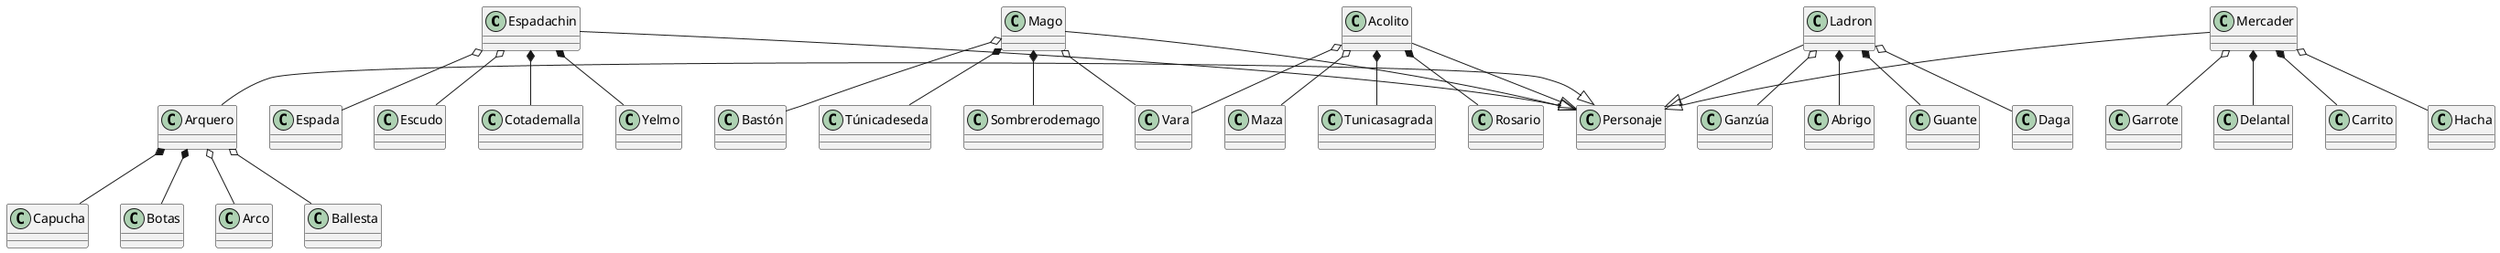
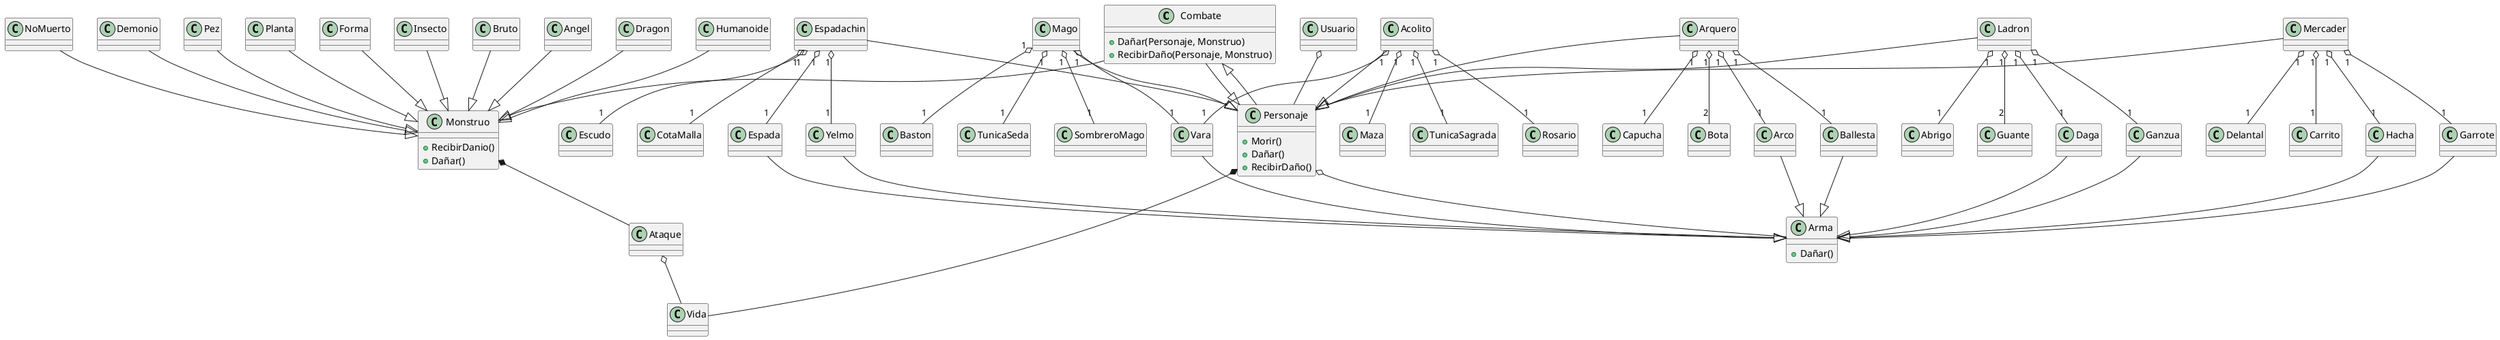
- /*class Pacman
- class Fantasma
- class Fruta
- class Personaje
+ @startuml

- Pacman --|> Personaje
+ class Combate {
+   +Dañar(Personaje, Monstruo)
+   +RecibirDaño(Personaje, Monstruo)
+ }

- Tarea 1 practica 2
+ Combate --|> Personaje
+ Combate --|> Monstruo

- @startuml
+ class Usuario
+ 
+ class Personaje {
+   +Morir()
+   +Dañar()
+   +RecibirDaño()
+ }
+ 
+ Personaje --|> Combate
+ Personaje *-- Vida
+ Ataque o-- Vida
+ 
class Espadachin
class Mago
class Arquero
class Ladron
class Acolito
class Mercader

+ 
+ class Monstruo {
+   +RecibirDanio()
+   +Dañar()
+ }
+ 
+ 
+ class NoMuerto
+ class Demonio
+ class Pez
+ class Planta
+ class Forma
+ class Insecto
+ class Bruto
+ class Angel
+ class Dragon
+ class Humanoide
+ 
+ Monstruo *-- Ataque
+ Class Ataque
+ 
+ NoMuerto --|> Monstruo
+ Demonio --|> Monstruo
+ Pez --|> Monstruo
+ Planta --|> Monstruo
+ Forma --|> Monstruo
+ Insecto --|> Monstruo
+ Bruto --|> Monstruo
+ Angel --|> Monstruo
+ Dragon --|> Monstruo
+ Humanoide --|> Monstruo
+ 
+ class Arma
+ Espada --|> Arma
+ Yelmo --|> Arma
+ Vara --|> Arma
+ Arco --|> Arma
+ Ballesta --|> Arma
+ Daga --|> Arma
+ Ganzua --|> Arma
+ Hacha --|> Arma
+ Garrote --|> Arma
+ 
+ class Arma {
+     + Dañar()
+ }
+ 
+ class Espada
+ class Escudo
+ class CotaMalla
+ class Yelmo
+ 
+ class TunicaSeda
+ class SombreroMago
+ class Baston
+ class Vara
+ 
+ class Capucha
+ class Bota
+ class Arco
+ class Ballesta
+ 
+ class Abrigo
+ class Guante
+ class Daga
+ class Ganzua
+ 
+ class TunicaSagrada
+ class Rosario
+ class Maza
+ 
+ class Delantal
+ class Carrito
+ class Hacha
+ class Garrote
+ 
+ 
+ Usuario o-- Personaje
+ 
+ Personaje o-- Arma
+ 
Espadachin --|> Personaje
- Espadachin *-- Cotademalla
- Espadachin *-- Yelmo
- Espadachin o-- Espada
- Espadachin o-- Escudo
+ Mago --|> Personaje
+ Arquero --|> Personaje
+ Ladron --|> Personaje
+ Acolito --|> Personaje
+ Mercader --|> Personaje

- Mago --|> Personaje
- Mago *-- Túnicadeseda
- Mago *-- Sombrerodemago
- Mago o-- Bastón
- Mago o-- Vara
+ Espadachin "1" o-- "1" CotaMalla
+ Espadachin "1" o-- "1" Yelmo
+ Espadachin "1" o-- "1" Espada
+ Espadachin "1" o-- "1" Escudo

- Arquero -|> Personaje
- Arquero *-- Capucha
- Arquero *-- Botas
- Arquero o-- Arco
- Arquero o-- Ballesta
+ Mago "1" o-- "1" TunicaSeda
+ Mago "1" o-- "1" SombreroMago
+ Mago "1" o-- "1" Baston
+ Mago "1" o-- "1" Vara

- Ladron --|> Personaje
- Ladron *-- Abrigo
- Ladron *-- Guante
- Ladron o-- Daga
- Ladron o-- Ganzúa
+ Arquero "1" o-- "1" Capucha
+ Arquero "1" o-- "2" Bota
+ Arquero "1" o-- "1" Arco
+ Arquero "1" o-- "1" Ballesta

- Acolito --|> Personaje
- Acolito *-- Tunicasagrada
- Acolito *-- Rosario
- Acolito o-- Maza
- Acolito o-- Vara
+ Ladron "1" o-- "1" Abrigo
+ Ladron "1" o-- "2" Guante
+ Ladron "1" o-- "1" Daga
+ Ladron "1" o-- "1" Ganzua

- Mercader --|> Personaje
- Mercader *-- Delantal
- Mercader *-- Carrito
- Mercader o-- Hacha
- Mercader o-- Garrote
- @enduml+ Acolito "1" o-- "1" TunicaSagrada
+ Acolito "1" o-- "1" Rosario
+ Acolito "1" o-- "1" Maza
+ Acolito "1" o-- "1" Vara
+ 
+ Mercader "1" o-- "1" Delantal
+ Mercader "1" o-- "1" Carrito
+ Mercader "1" o-- "1" Hacha
+ Mercader "1" o-- "1" Garrote
+ 
+ 
+ @enduml
